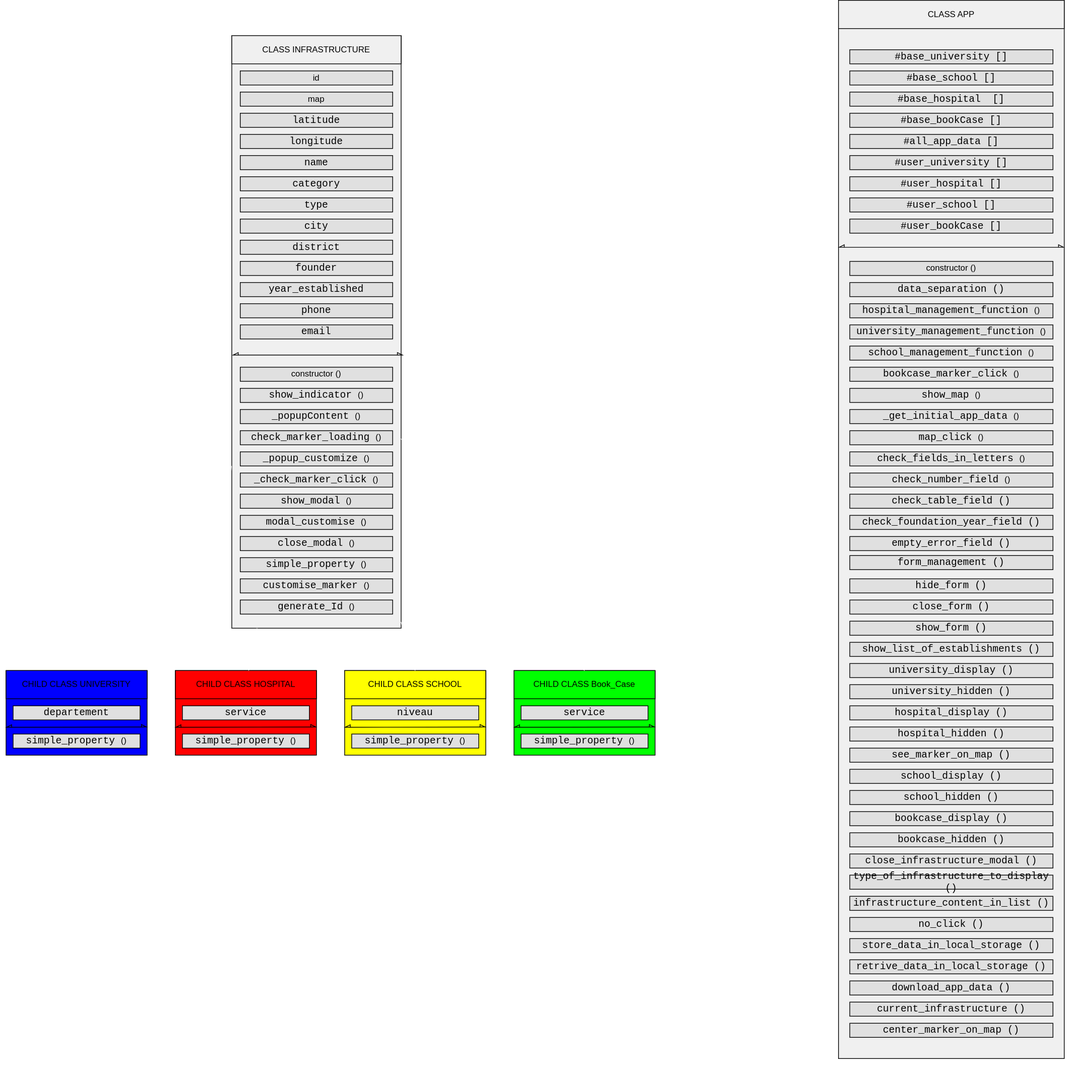
The draw.io diagram architecture.drawio.svg in Alpha-Oumar-Diallo-Tech/mapping_project, before a commit. Source tidied: cells renumbered, new cells last; positions are measured from the earlier drawing's top-left corner, leaving out a move shared by most shapes.
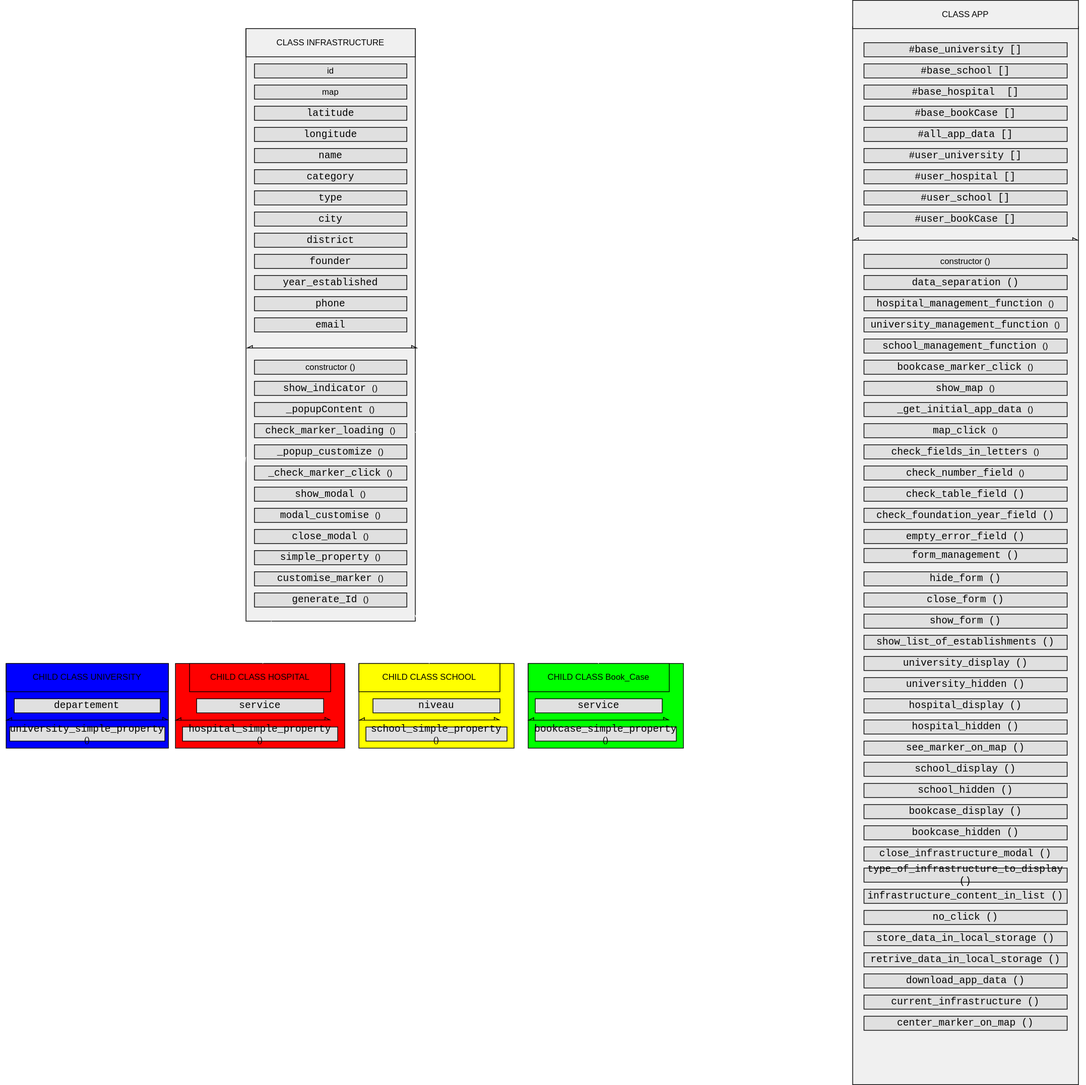
The same diagram one commit later.

Diff of the diagram source:
```diff
@@ -93,30 +93,30 @@
       <mxGeometry relative="1" as="geometry" />
     </mxCell>
     <mxCell id="32" style="group;fillColor=#00FF00;" parent="1" vertex="1">
-      <mxGeometry y="950" width="200" height="120" as="geometry" />
+      <mxGeometry x="-20" y="950" width="230" height="120" as="geometry" />
     </mxCell>
     <mxCell id="33" style="rounded=0;whiteSpace=wrap;html=1;shadow=0;glass=0;sketch=0;fillColor=#0000FF;strokeColor=#000000;" parent="32" vertex="1">
-      <mxGeometry width="200" height="120" as="geometry" />
+      <mxGeometry width="230" height="120" as="geometry" />
     </mxCell>
     <mxCell id="34" value="CHILD CLASS UNIVERSITY" style="rounded=0;whiteSpace=wrap;html=1;shadow=0;glass=0;sketch=0;labelBackgroundColor=none;fillColor=#0000ff;fontColor=#000000;strokeColor=#000000;" parent="32" vertex="1">
-      <mxGeometry width="200" height="40" as="geometry" />
+      <mxGeometry width="230" height="40" as="geometry" />
     </mxCell>
     <mxCell id="35" value="&lt;font face=&quot;Consolas, Courier New, monospace&quot;&gt;&lt;span style=&quot;font-size: 14px;&quot;&gt;departement&lt;/span&gt;&lt;/font&gt;" style="rounded=0;whiteSpace=wrap;html=1;shadow=0;glass=0;sketch=0;fontColor=#000000;fillColor=#E0E0E0;labelBackgroundColor=none;" parent="32" vertex="1">
-      <mxGeometry x="10" y="50" width="180" height="20" as="geometry" />
+      <mxGeometry x="11.5" y="50" width="207" height="20" as="geometry" />
     </mxCell>
     <mxCell id="36" style="endArrow=async;startArrow=async;html=1;fontColor=#000000;endFill=0;startFill=0;labelBackgroundColor=#000000;strokeColor=#000000;exitX=-0.001;exitY=0.67;exitDx=0;exitDy=0;exitPerimeter=0;" parent="32" edge="1" source="33">
       <mxGeometry relative="1" as="geometry">
-        <mxPoint x="200" y="80" as="targetPoint" />
+        <mxPoint x="230" y="80" as="targetPoint" />
       </mxGeometry>
     </mxCell>
-    <mxCell id="37" value="&lt;span style=&quot;font-family: Consolas, &amp;quot;Courier New&amp;quot;, monospace; font-size: 14px;&quot;&gt;simple_property&amp;nbsp;&lt;/span&gt;()" style="rounded=0;whiteSpace=wrap;html=1;shadow=0;glass=0;sketch=0;fontColor=#000000;fillColor=#E0E0E0;labelBackgroundColor=none;" parent="32" vertex="1">
-      <mxGeometry x="10" y="90" width="180" height="20" as="geometry" />
+    <mxCell id="37" value="&lt;span style=&quot;font-family: Consolas, &amp;quot;Courier New&amp;quot;, monospace; font-size: 14px;&quot;&gt;university_simple_property&amp;nbsp;&lt;/span&gt;()" style="rounded=0;whiteSpace=wrap;html=1;shadow=0;glass=0;sketch=0;fontColor=#000000;fillColor=#E0E0E0;labelBackgroundColor=none;" parent="32" vertex="1">
+      <mxGeometry x="5" y="90" width="220" height="20" as="geometry" />
     </mxCell>
     <mxCell id="38" style="group;fillColor=#FF0000;" parent="1" vertex="1">
-      <mxGeometry x="240" y="950" width="200" height="120" as="geometry" />
+      <mxGeometry x="240" y="950" width="220" height="120" as="geometry" />
     </mxCell>
     <mxCell id="39" style="rounded=0;whiteSpace=wrap;html=1;shadow=0;glass=0;sketch=0;fillColor=#FF0000;strokeColor=#000000;" parent="38" vertex="1">
-      <mxGeometry width="200" height="120" as="geometry" />
+      <mxGeometry x="-20" width="240" height="120" as="geometry" />
     </mxCell>
     <mxCell id="40" value="CHILD CLASS HOSPITAL" style="rounded=0;whiteSpace=wrap;html=1;shadow=0;glass=0;sketch=0;labelBackgroundColor=none;fillColor=#FF0000;fontColor=#000000;strokeColor=#000000;" parent="38" vertex="1">
       <mxGeometry width="200" height="40" as="geometry" />
@@ -129,40 +129,40 @@
         <mxPoint x="200" y="80" as="targetPoint" />
       </mxGeometry>
     </mxCell>
-    <mxCell id="43" value="&lt;span style=&quot;font-family: Consolas, &amp;quot;Courier New&amp;quot;, monospace; font-size: 14px;&quot;&gt;simple_property&amp;nbsp;&lt;/span&gt;()" style="rounded=0;whiteSpace=wrap;html=1;shadow=0;glass=0;sketch=0;fontColor=#000000;fillColor=#E0E0E0;labelBackgroundColor=none;" parent="38" vertex="1">
-      <mxGeometry x="10" y="90" width="180" height="20" as="geometry" />
+    <mxCell id="43" value="&lt;span style=&quot;font-family: Consolas, &amp;quot;Courier New&amp;quot;, monospace; font-size: 14px;&quot;&gt;hospital_simple_property&amp;nbsp;&lt;/span&gt;()" style="rounded=0;whiteSpace=wrap;html=1;shadow=0;glass=0;sketch=0;fontColor=#000000;fillColor=#E0E0E0;labelBackgroundColor=none;" parent="38" vertex="1">
+      <mxGeometry x="-10" y="90" width="220" height="20" as="geometry" />
     </mxCell>
     <mxCell id="44" style="edgeStyle=none;html=1;labelBackgroundColor=#000000;strokeColor=#FFFFFF;fontColor=#000000;startArrow=async;startFill=0;endArrow=async;endFill=0;" parent="1" edge="1" source="3" target="40">
       <mxGeometry relative="1" as="geometry" />
     </mxCell>
     <mxCell id="45" style="group;" parent="1" vertex="1">
-      <mxGeometry x="480" y="950" width="200" height="120" as="geometry" />
+      <mxGeometry x="480" y="950" width="220" height="120" as="geometry" />
     </mxCell>
     <mxCell id="46" style="rounded=0;whiteSpace=wrap;html=1;shadow=0;glass=0;sketch=0;fillColor=#FFFF00;strokeColor=#000000;" parent="45" vertex="1">
-      <mxGeometry width="200" height="120" as="geometry" />
+      <mxGeometry width="220" height="120" as="geometry" />
     </mxCell>
     <mxCell id="47" value="CHILD CLASS SCHOOL" style="rounded=0;whiteSpace=wrap;html=1;shadow=0;glass=0;sketch=0;labelBackgroundColor=none;fillColor=#FFFF00;fontColor=#000000;strokeColor=#000000;" parent="45" vertex="1">
       <mxGeometry width="200" height="40" as="geometry" />
     </mxCell>
     <mxCell id="48" value="&lt;font face=&quot;Consolas, Courier New, monospace&quot;&gt;&lt;span style=&quot;font-size: 14px;&quot;&gt;niveau&lt;/span&gt;&lt;/font&gt;" style="rounded=0;whiteSpace=wrap;html=1;shadow=0;glass=0;sketch=0;fontColor=#000000;fillColor=#E0E0E0;labelBackgroundColor=none;" parent="45" vertex="1">
-      <mxGeometry x="10" y="50" width="180" height="20" as="geometry" />
+      <mxGeometry x="20" y="50" width="180" height="20" as="geometry" />
     </mxCell>
     <mxCell id="49" style="endArrow=async;startArrow=async;html=1;fontColor=#000000;endFill=0;startFill=0;labelBackgroundColor=#000000;strokeColor=#000000;exitX=-0.001;exitY=0.67;exitDx=0;exitDy=0;exitPerimeter=0;" parent="45" edge="1" source="46">
       <mxGeometry relative="1" as="geometry">
         <mxPoint x="200" y="80" as="targetPoint" />
       </mxGeometry>
     </mxCell>
-    <mxCell id="50" value="&lt;span style=&quot;font-family: Consolas, &amp;quot;Courier New&amp;quot;, monospace; font-size: 14px;&quot;&gt;simple_property&amp;nbsp;&lt;/span&gt;()" style="rounded=0;whiteSpace=wrap;html=1;shadow=0;glass=0;sketch=0;fontColor=#000000;fillColor=#E0E0E0;labelBackgroundColor=none;" parent="45" vertex="1">
-      <mxGeometry x="10" y="90" width="180" height="20" as="geometry" />
+    <mxCell id="50" value="&lt;span style=&quot;font-family: Consolas, &amp;quot;Courier New&amp;quot;, monospace; font-size: 14px;&quot;&gt;school_simple_property&amp;nbsp;&lt;/span&gt;()" style="rounded=0;whiteSpace=wrap;html=1;shadow=0;glass=0;sketch=0;fontColor=#000000;fillColor=#E0E0E0;labelBackgroundColor=none;" parent="45" vertex="1">
+      <mxGeometry x="10" y="90" width="200" height="20" as="geometry" />
     </mxCell>
     <mxCell id="51" style="edgeStyle=none;html=1;entryX=0.5;entryY=0;entryDx=0;entryDy=0;labelBackgroundColor=#000000;strokeColor=#FFFFFF;fontColor=#000000;startArrow=async;startFill=0;endArrow=async;endFill=0;" parent="1" edge="1" source="3" target="47">
       <mxGeometry relative="1" as="geometry" />
     </mxCell>
     <mxCell id="52" style="group;fillColor=#00FF00;" parent="1" vertex="1">
-      <mxGeometry x="720" y="950" width="200" height="120" as="geometry" />
+      <mxGeometry x="720" y="950" width="220" height="120" as="geometry" />
     </mxCell>
     <mxCell id="53" style="rounded=0;whiteSpace=wrap;html=1;shadow=0;glass=0;sketch=0;fillColor=#00FF00;strokeColor=#000000;" parent="52" vertex="1">
-      <mxGeometry width="200" height="120" as="geometry" />
+      <mxGeometry width="220" height="120" as="geometry" />
     </mxCell>
     <mxCell id="54" value="CHILD CLASS Book_Case" style="rounded=0;whiteSpace=wrap;html=1;shadow=0;glass=0;sketch=0;labelBackgroundColor=none;fillColor=#00ff00;fontColor=#000000;strokeColor=#000000;" parent="52" vertex="1">
       <mxGeometry width="200" height="40" as="geometry" />
@@ -175,8 +175,8 @@
         <mxPoint x="200" y="80" as="targetPoint" />
       </mxGeometry>
     </mxCell>
-    <mxCell id="57" value="&lt;span style=&quot;font-family: Consolas, &amp;quot;Courier New&amp;quot;, monospace; font-size: 14px;&quot;&gt;simple_property&amp;nbsp;&lt;/span&gt;()" style="rounded=0;whiteSpace=wrap;html=1;shadow=0;glass=0;sketch=0;fontColor=#000000;fillColor=#E0E0E0;labelBackgroundColor=none;" parent="52" vertex="1">
-      <mxGeometry x="10" y="90" width="180" height="20" as="geometry" />
+    <mxCell id="57" value="&lt;span style=&quot;font-family: Consolas, &amp;quot;Courier New&amp;quot;, monospace; font-size: 14px;&quot;&gt;bookcase_simple_property&amp;nbsp;&lt;/span&gt;()" style="rounded=0;whiteSpace=wrap;html=1;shadow=0;glass=0;sketch=0;fontColor=#000000;fillColor=#E0E0E0;labelBackgroundColor=none;" parent="52" vertex="1">
+      <mxGeometry x="10" y="90" width="200" height="20" as="geometry" />
     </mxCell>
     <mxCell id="58" style="edgeStyle=none;html=1;entryX=0.5;entryY=0;entryDx=0;entryDy=0;labelBackgroundColor=#000000;strokeColor=#FFFFFF;fontColor=#000000;startArrow=async;startFill=0;endArrow=async;endFill=0;" parent="1" edge="1" source="3" target="54">
       <mxGeometry relative="1" as="geometry" />
@@ -185,10 +185,10 @@
       <mxGeometry x="1180" y="20" width="320" height="1500" as="geometry" />
     </mxCell>
     <mxCell id="60" style="rounded=0;whiteSpace=wrap;html=1;shadow=0;glass=0;sketch=0;fillColor=#F0F0F0;strokeColor=#000000;" parent="59" vertex="1">
-      <mxGeometry y="-20" width="320" height="1500" as="geometry" />
+      <mxGeometry y="27" width="320" height="1500" as="geometry" />
     </mxCell>
     <mxCell id="61" value="CLASS APP" style="rounded=0;whiteSpace=wrap;html=1;shadow=0;glass=0;sketch=0;labelBackgroundColor=none;fillColor=#f0f0f0;fontColor=#000000;strokeColor=#000000;" parent="59" vertex="1">
-      <mxGeometry y="-20" width="320" height="40" as="geometry" />
+      <mxGeometry y="-10" width="320" height="40" as="geometry" />
     </mxCell>
     <mxCell id="62" value="&lt;div style=&quot;font-family: Consolas, &amp;quot;Courier New&amp;quot;, monospace; font-size: 14px; line-height: 19px;&quot;&gt;#base_school []&lt;/div&gt;" style="rounded=0;whiteSpace=wrap;html=1;shadow=0;glass=0;sketch=0;fontColor=#000000;fillColor=#E0E0E0;labelBackgroundColor=none;" parent="59" vertex="1">
       <mxGeometry x="16" y="80" width="288" height="20" as="geometry" />
```
